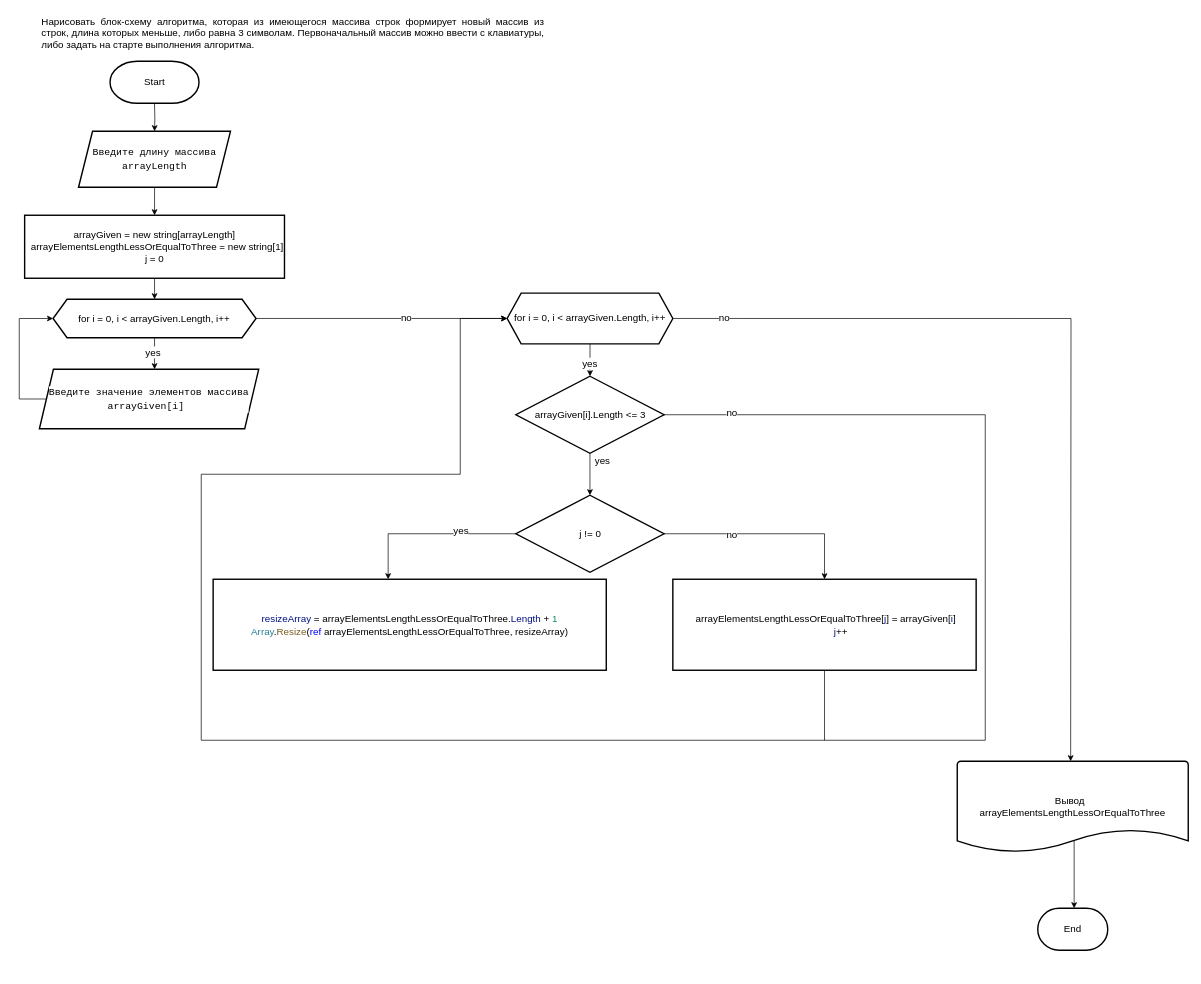
Yulia-Girduk/FinalProject_1 keeps this draw.io diagram as BlockDiagram.drawio. Above is the earlier version. Source tidied: cells renumbered, new cells numbered last; positions are measured from the earlier drawing's top-left corner, leaving out a move shared by most shapes. Both pictures are drawn from the tidied source at 70%, with x=0, y=0 at pixel (12, 12).
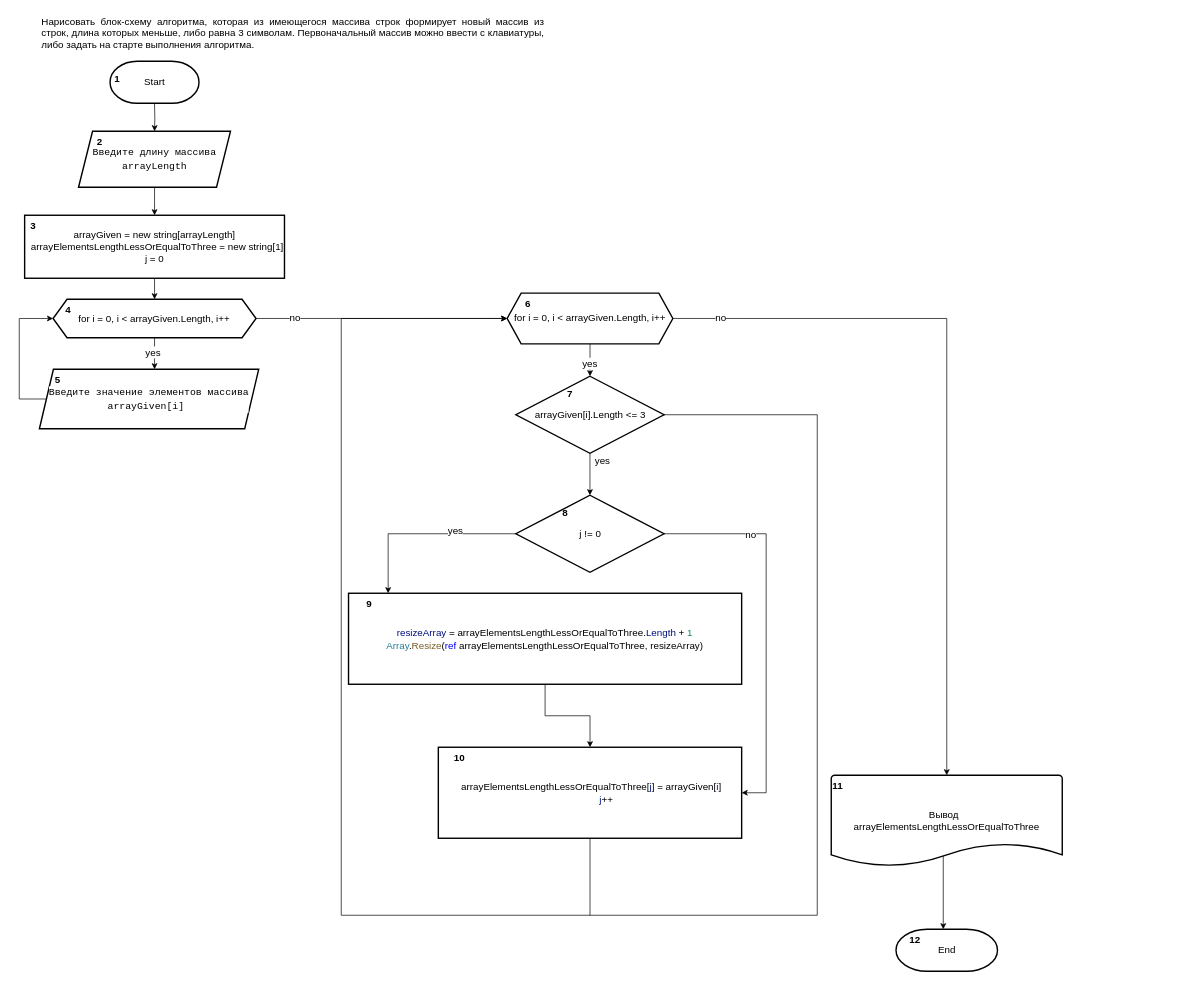
Above is the later version.

Unchanged cells that the change refers to:
```xml
<mxCell id="13" style="edgeStyle=orthogonalEdgeStyle;rounded=0;jettySize=auto;html=1;entryX=0;entryY=0.5;entryDx=0;entryDy=0;" parent="1" edge="1" source="15" target="22">
  <mxGeometry relative="1" as="geometry" />
</mxCell>
```

The edit, as a diff of the source:
```diff
@@
-    <mxCell id="6" value="&lt;font style=&quot;font-size: 14px;&quot;&gt;Start&lt;/font&gt;" style="strokeWidth=2;html=1;shape=mxgraph.flowchart.terminator;whiteSpace=wrap;" parent="1" vertex="1">
-      <mxGeometry x="139.7" y="70" width="127.1" height="60" as="geometry" />
-    </mxCell>
@@
-    <mxCell id="8" value="&lt;div style=&quot;border-color: var(--border-color); background-color: rgb(255, 255, 255); font-family: Consolas, &amp;quot;Courier New&amp;quot;, monospace; font-size: 14px; line-height: 19px;&quot;&gt;Введите длину массива&lt;/div&gt;&lt;div style=&quot;border-color: var(--border-color); background-color: rgb(255, 255, 255); font-family: Consolas, &amp;quot;Courier New&amp;quot;, monospace; font-size: 14px; line-height: 19px;&quot;&gt;arrayLength&lt;/div&gt;" style="shape=parallelogram;perimeter=parallelogramPerimeter;whiteSpace=wrap;html=1;fixedSize=1;strokeWidth=2;" parent="1" vertex="1">
-      <mxGeometry x="94.7" y="170" width="217.1" height="80" as="geometry" />
-    </mxCell>
@@
-    <mxCell id="10" value="&lt;font style=&quot;font-size: 14px;&quot;&gt;arrayGiven = new string[arrayLength]&lt;br&gt;&amp;nbsp;&amp;nbsp;arrayElementsLengthLessOrEqualToThree = new string[1]&lt;br&gt;j = 0&lt;br&gt;&lt;/font&gt;" style="rounded=0;whiteSpace=wrap;html=1;strokeWidth=2;" parent="1" vertex="1">
-      <mxGeometry x="17.7" y="290" width="371.2" height="90" as="geometry" />
-    </mxCell>
@@
     <mxCell id="14" value="&lt;font style=&quot;font-size: 14px;&quot;&gt;no&lt;/font&gt;" style="edgeLabel;html=1;align=center;verticalAlign=middle;" parent="13" vertex="1">
       <mxGeometry x="0.26" y="-1" relative="1" as="geometry">
-        <mxPoint x="-12" y="-2" as="offset" />
+        <mxPoint x="-171" y="-2" as="offset" />
       </mxGeometry>
     </mxCell>
-    <mxCell id="15" value="&lt;font style=&quot;font-size: 14px;&quot;&gt;for i = 0, i &amp;lt; arrayGiven.Length, i++&lt;/font&gt;" style="shape=hexagon;perimeter=hexagonPerimeter2;whiteSpace=wrap;html=1;fixedSize=1;strokeWidth=2;" parent="1" vertex="1">
-      <mxGeometry x="58.3" y="410" width="290" height="55" as="geometry" />
-    </mxCell>
@@
-    <mxCell id="17" value="&lt;div style=&quot;border-color: var(--border-color); background-color: rgb(255, 255, 255); font-family: Consolas, &amp;quot;Courier New&amp;quot;, monospace; font-size: 14px; line-height: 19px;&quot;&gt;Введите значение элементов массива&lt;/div&gt;&lt;div style=&quot;border-color: var(--border-color); background-color: rgb(255, 255, 255); font-family: Consolas, &amp;quot;Courier New&amp;quot;, monospace; font-size: 14px; line-height: 19px;&quot;&gt;arrayGiven[i]&amp;nbsp;&lt;br&gt;&lt;/div&gt;" style="shape=parallelogram;perimeter=parallelogramPerimeter;whiteSpace=wrap;html=1;fixedSize=1;strokeWidth=2;" parent="1" vertex="1">
-      <mxGeometry x="38.8" y="510" width="313.3" height="85" as="geometry" />
-    </mxCell>
@@
-    <mxCell id="20" style="edgeStyle=orthogonalEdgeStyle;rounded=0;jettySize=auto;html=1;exitX=1;exitY=0.5;exitDx=0;exitDy=0;" parent="1" edge="1" source="22">
+    <mxCell id="20" style="edgeStyle=orthogonalEdgeStyle;rounded=0;jettySize=auto;html=1;exitX=1;exitY=0.5;exitDx=0;exitDy=0;entryX=0.5;entryY=0;entryDx=0;entryDy=0;entryPerimeter=0;" parent="1" edge="1" source="22" target="37">
       <mxGeometry relative="1" as="geometry">
-        <mxPoint x="1512" y="1070" as="targetPoint" />
+        <Array as="points">
+          <mxPoint x="1335" y="438" />
+        </Array>
       </mxGeometry>
     </mxCell>
@@
-    <mxCell id="22" value="&lt;font style=&quot;font-size: 14px;&quot;&gt;for i = 0, i &amp;lt; arrayGiven.Length, i++&lt;/font&gt;" style="shape=hexagon;perimeter=hexagonPerimeter2;whiteSpace=wrap;html=1;fixedSize=1;strokeWidth=2;" parent="1" vertex="1">
-      <mxGeometry x="707" y="401.2" width="236.7" height="72.5" as="geometry" />
-    </mxCell>
@@
-    <mxCell id="25" value="&lt;font style=&quot;font-size: 14px;&quot;&gt;arrayGiven[i].Length&lt;span style=&quot;background-color: initial;&quot;&gt;&amp;nbsp;&amp;lt;= 3&lt;/span&gt;&lt;/font&gt;" style="rhombus;whiteSpace=wrap;html=1;strokeWidth=2;" parent="1" vertex="1">
-      <mxGeometry x="719.5" y="520" width="211.6" height="110" as="geometry" />
-    </mxCell>
@@
     <mxCell id="28" style="edgeStyle=orthogonalEdgeStyle;rounded=0;jettySize=auto;html=1;" parent="1" edge="1" source="30" target="33">
-      <mxGeometry relative="1" as="geometry" />
+      <mxGeometry relative="1" as="geometry">
+        <Array as="points">
+          <mxPoint x="1077" y="745" />
+        </Array>
+      </mxGeometry>
     </mxCell>
@@
+    <mxCell id="39" style="edgeStyle=orthogonalEdgeStyle;rounded=0;jettySize=auto;html=1;" parent="1" edge="1" source="31" target="33">
+      <mxGeometry relative="1" as="geometry" />
+    </mxCell>
+    <mxCell id="36" style="edgeStyle=orthogonalEdgeStyle;rounded=0;jettySize=auto;html=1;exitX=0.506;exitY=0.862;exitDx=0;exitDy=0;exitPerimeter=0;entryX=1;entryY=0;entryDx=0;entryDy=0;" parent="1" edge="1" source="37" target="63">
+      <mxGeometry relative="1" as="geometry">
+        <Array as="points">
+          <mxPoint x="1330" y="1202" />
+        </Array>
+      </mxGeometry>
+    </mxCell>
+    <mxCell id="40" style="group;" parent="1" vertex="1">
+      <mxGeometry x="608.7" y="1050" width="433.3" height="130" as="geometry" />
+    </mxCell>
+    <mxCell id="33" value="&lt;div style=&quot;background-color: rgb(255, 255, 255); font-size: 14px; line-height: 19px;&quot;&gt;&lt;div style=&quot;&quot;&gt;&amp;nbsp;arrayElementsLengthLessOrEqualToThree[&lt;span style=&quot;color: rgb(0, 16, 128);&quot;&gt;j&lt;/span&gt;] =&amp;nbsp;arrayGiven[&lt;span style=&quot;color: rgb(0, 16, 128);&quot;&gt;i&lt;/span&gt;]&lt;/div&gt;&lt;div style=&quot;&quot;&gt;&amp;nbsp; &amp;nbsp; &amp;nbsp; &amp;nbsp; &amp;nbsp; &amp;nbsp; &lt;span style=&quot;color: rgb(0, 16, 128);&quot;&gt;j&lt;/span&gt;++&lt;/div&gt;&lt;/div&gt;" style="whiteSpace=wrap;html=1;strokeWidth=2;" parent="40" vertex="1">
+      <mxGeometry width="433.3" height="130" as="geometry" />
+    </mxCell>
+    <mxCell id="41" value="&lt;font style=&quot;font-size: 14px;&quot;&gt;&lt;b&gt;10&lt;/b&gt;&lt;/font&gt;" style="text;html=1;strokeColor=none;fillColor=none;align=center;verticalAlign=middle;whiteSpace=wrap;rounded=0;" parent="40" vertex="1">
+      <mxGeometry width="60" height="30" as="geometry" />
+    </mxCell>
+    <mxCell id="42" style="group;" parent="1" vertex="1">
+      <mxGeometry x="480.4" y="830" width="561.6" height="130" as="geometry" />
+    </mxCell>
+    <mxCell id="31" value="&lt;div style=&quot;background-color: rgb(255, 255, 255); font-size: 14px; line-height: 19px;&quot;&gt;&lt;div style=&quot;&quot;&gt;&lt;span style=&quot;color: rgb(0, 16, 128);&quot;&gt;resizeArray&lt;/span&gt; =&amp;nbsp;arrayElementsLengthLessOrEqualToThree.&lt;span style=&quot;color: rgb(0, 16, 128);&quot;&gt;Length&lt;/span&gt; + &lt;span style=&quot;color: rgb(9, 134, 88);&quot;&gt;1&lt;/span&gt;&lt;/div&gt;&lt;div style=&quot;&quot;&gt;&lt;span style=&quot;color: rgb(38, 127, 153);&quot;&gt;Array&lt;/span&gt;.&lt;span style=&quot;color: rgb(121, 94, 38);&quot;&gt;Resize&lt;/span&gt;(&lt;span style=&quot;color: rgb(0, 0, 255);&quot;&gt;ref&lt;/span&gt;&amp;nbsp;arrayElementsLengthLessOrEqualToThree, resizeArray)&lt;/div&gt;&lt;/div&gt;" style="whiteSpace=wrap;html=1;strokeWidth=2;" parent="42" vertex="1">
+      <mxGeometry width="561.6" height="130" as="geometry" />
+    </mxCell>
+    <mxCell id="43" value="&lt;font style=&quot;font-size: 14px;&quot;&gt;&lt;b&gt;9&lt;/b&gt;&lt;/font&gt;" style="text;html=1;strokeColor=none;fillColor=none;align=center;verticalAlign=middle;whiteSpace=wrap;rounded=0;" parent="42" vertex="1">
+      <mxGeometry width="60" height="30" as="geometry" />
+    </mxCell>
+    <mxCell id="44" style="group;" parent="1" vertex="1">
+      <mxGeometry x="719.5" y="690" width="211.6" height="110" as="geometry" />
+    </mxCell>
-    <mxCell id="30" value="&lt;font style=&quot;font-size: 14px;&quot;&gt;j != 0&lt;/font&gt;" style="rhombus;whiteSpace=wrap;html=1;strokeWidth=2;" parent="1" vertex="1">
-      <mxGeometry x="719.5" y="690" width="211.6" height="110" as="geometry" />
+    <mxCell id="30" value="&lt;font style=&quot;font-size: 14px;&quot;&gt;j != 0&lt;/font&gt;" style="rhombus;whiteSpace=wrap;html=1;strokeWidth=2;" parent="44" vertex="1">
+      <mxGeometry width="211.6" height="110" as="geometry" />
     </mxCell>
-    <mxCell id="31" value="&lt;div style=&quot;background-color: rgb(255, 255, 255); font-size: 14px; line-height: 19px;&quot;&gt;&lt;div style=&quot;&quot;&gt;&lt;span style=&quot;color: rgb(0, 16, 128);&quot;&gt;resizeArray&lt;/span&gt; =&amp;nbsp;arrayElementsLengthLessOrEqualToThree.&lt;span style=&quot;color: rgb(0, 16, 128);&quot;&gt;Length&lt;/span&gt; + &lt;span style=&quot;color: rgb(9, 134, 88);&quot;&gt;1&lt;/span&gt;&lt;/div&gt;&lt;div style=&quot;&quot;&gt;&lt;span style=&quot;color: rgb(38, 127, 153);&quot;&gt;Array&lt;/span&gt;.&lt;span style=&quot;color: rgb(121, 94, 38);&quot;&gt;Resize&lt;/span&gt;(&lt;span style=&quot;color: rgb(0, 0, 255);&quot;&gt;ref&lt;/span&gt;&amp;nbsp;arrayElementsLengthLessOrEqualToThree, resizeArray)&lt;/div&gt;&lt;/div&gt;" style="whiteSpace=wrap;html=1;strokeWidth=2;" parent="1" vertex="1">
-      <mxGeometry x="287" y="810" width="561.6" height="130" as="geometry" />
-    </mxCell>
+    <mxCell id="45" value="&lt;font style=&quot;font-size: 14px;&quot;&gt;&lt;b&gt;8&lt;/b&gt;&lt;/font&gt;" style="text;html=1;strokeColor=none;fillColor=none;align=center;verticalAlign=middle;whiteSpace=wrap;rounded=0;" parent="44" vertex="1">
+      <mxGeometry x="40.5" y="10" width="60" height="30" as="geometry" />
+    </mxCell>
+    <mxCell id="46" style="group;" parent="1" vertex="1">
+      <mxGeometry x="719.5" y="520" width="211.6" height="110" as="geometry" />
+    </mxCell>
+    <mxCell id="25" value="&lt;font style=&quot;font-size: 14px;&quot;&gt;arrayGiven[i].Length&lt;span style=&quot;background-color: initial;&quot;&gt;&amp;nbsp;&amp;lt;= 3&lt;/span&gt;&lt;/font&gt;" style="rhombus;whiteSpace=wrap;html=1;strokeWidth=2;" parent="46" vertex="1">
+      <mxGeometry width="211.6" height="110" as="geometry" />
+    </mxCell>
+    <mxCell id="47" value="&lt;font style=&quot;font-size: 14px;&quot;&gt;&lt;b&gt;7&lt;/b&gt;&lt;/font&gt;" style="text;html=1;strokeColor=none;fillColor=none;align=center;verticalAlign=middle;whiteSpace=wrap;rounded=0;" parent="46" vertex="1">
+      <mxGeometry x="47.5" y="10" width="60" height="30" as="geometry" />
+    </mxCell>
+    <mxCell id="48" style="group;" parent="1" vertex="1">
+      <mxGeometry x="707" y="401.2" width="236.7" height="72.5" as="geometry" />
+    </mxCell>
+    <mxCell id="22" value="&lt;font style=&quot;font-size: 14px;&quot;&gt;for i = 0, i &amp;lt; arrayGiven.Length, i++&lt;/font&gt;" style="shape=hexagon;perimeter=hexagonPerimeter2;whiteSpace=wrap;html=1;fixedSize=1;strokeWidth=2;" parent="48" vertex="1">
+      <mxGeometry width="236.7" height="72.5" as="geometry" />
+    </mxCell>
+    <mxCell id="49" value="&lt;font style=&quot;font-size: 14px;&quot;&gt;&lt;b&gt;6&lt;/b&gt;&lt;/font&gt;" style="text;html=1;strokeColor=none;fillColor=none;align=center;verticalAlign=middle;whiteSpace=wrap;rounded=0;" parent="48" vertex="1">
+      <mxGeometry width="60" height="30" as="geometry" />
+    </mxCell>
     <mxCell id="32" style="edgeStyle=orthogonalEdgeStyle;rounded=0;jettySize=auto;html=1;entryX=0;entryY=0.5;entryDx=0;entryDy=0;" parent="1" edge="1" source="33" target="22">
       <mxGeometry relative="1" as="geometry">
         <Array as="points">
-          <mxPoint x="1160" y="1040" />
-          <mxPoint x="270" y="1040" />
-          <mxPoint x="270" y="660" />
-          <mxPoint x="640" y="660" />
-          <mxPoint x="640" y="438" />
+          <mxPoint x="825" y="1290" />
+          <mxPoint x="470" y="1290" />
+          <mxPoint x="470" y="438" />
         </Array>
       </mxGeometry>
     </mxCell>
-    <mxCell id="33" value="&lt;div style=&quot;background-color: rgb(255, 255, 255); font-size: 14px; line-height: 19px;&quot;&gt;&lt;div style=&quot;&quot;&gt;&amp;nbsp;arrayElementsLengthLessOrEqualToThree[&lt;span style=&quot;color: rgb(0, 16, 128);&quot;&gt;j&lt;/span&gt;] =&amp;nbsp;arrayGiven[&lt;span style=&quot;color: rgb(0, 16, 128);&quot;&gt;i&lt;/span&gt;]&lt;/div&gt;&lt;div style=&quot;&quot;&gt;&amp;nbsp; &amp;nbsp; &amp;nbsp; &amp;nbsp; &amp;nbsp; &amp;nbsp; &lt;span style=&quot;color: rgb(0, 16, 128);&quot;&gt;j&lt;/span&gt;++&lt;/div&gt;&lt;/div&gt;" style="whiteSpace=wrap;html=1;strokeWidth=2;" parent="1" vertex="1">
-      <mxGeometry x="943.7" y="810" width="433.3" height="130" as="geometry" />
-    </mxCell>
-    <mxCell id="34" style="endArrow=none;html=1;rounded=0;exitX=1;exitY=0.5;exitDx=0;exitDy=0;" parent="1" edge="1" source="25">
-      <mxGeometry relative="1" as="geometry">
-        <mxPoint x="1160" y="1040" as="targetPoint" />
-        <Array as="points">
-          <mxPoint x="1390" y="575" />
-          <mxPoint x="1390" y="1040" />
-        </Array>
-      </mxGeometry>
-    </mxCell>
-    <mxCell id="35" value="&lt;font style=&quot;font-size: 14px;&quot;&gt;no&lt;/font&gt;" style="edgeLabel;html=1;align=center;verticalAlign=middle;" parent="34" vertex="1">
-      <mxGeometry x="-0.52" y="-1" relative="1" as="geometry">
-        <mxPoint x="-181" y="-5" as="offset" />
-      </mxGeometry>
-    </mxCell>
-    <mxCell id="36" style="edgeStyle=orthogonalEdgeStyle;rounded=0;jettySize=auto;html=1;exitX=0.506;exitY=0.862;exitDx=0;exitDy=0;exitPerimeter=0;" parent="1" edge="1" source="37">
-      <mxGeometry relative="1" as="geometry">
-        <mxPoint x="1517" y="1280" as="targetPoint" />
-      </mxGeometry>
-    </mxCell>
+    <mxCell id="50" style="group;" parent="1" vertex="1">
+      <mxGeometry x="34.7" y="510" width="317.4" height="85" as="geometry" />
+    </mxCell>
+    <mxCell id="17" value="&lt;div style=&quot;border-color: var(--border-color); background-color: rgb(255, 255, 255); font-family: Consolas, &amp;quot;Courier New&amp;quot;, monospace; font-size: 14px; line-height: 19px;&quot;&gt;Введите значение элементов массива&lt;/div&gt;&lt;div style=&quot;border-color: var(--border-color); background-color: rgb(255, 255, 255); font-family: Consolas, &amp;quot;Courier New&amp;quot;, monospace; font-size: 14px; line-height: 19px;&quot;&gt;arrayGiven[i]&amp;nbsp;&lt;br&gt;&lt;/div&gt;" style="shape=parallelogram;perimeter=parallelogramPerimeter;whiteSpace=wrap;html=1;fixedSize=1;strokeWidth=2;" parent="50" vertex="1">
+      <mxGeometry x="4.1" width="313.3" height="85" as="geometry" />
+    </mxCell>
+    <mxCell id="51" value="&lt;font style=&quot;font-size: 14px;&quot;&gt;&lt;b&gt;5&lt;/b&gt;&lt;/font&gt;" style="text;html=1;strokeColor=none;fillColor=none;align=center;verticalAlign=middle;whiteSpace=wrap;rounded=0;" parent="50" vertex="1">
+      <mxGeometry width="60" height="30" as="geometry" />
+    </mxCell>
+    <mxCell id="52" style="group;" parent="1" vertex="1">
+      <mxGeometry x="50" y="410" width="298.3" height="55" as="geometry" />
+    </mxCell>
+    <mxCell id="15" value="&lt;font style=&quot;font-size: 14px;&quot;&gt;for i = 0, i &amp;lt; arrayGiven.Length, i++&lt;/font&gt;" style="shape=hexagon;perimeter=hexagonPerimeter2;whiteSpace=wrap;html=1;fixedSize=1;strokeWidth=2;" parent="52" vertex="1">
+      <mxGeometry x="8.3" width="290" height="55" as="geometry" />
+    </mxCell>
+    <mxCell id="53" value="&lt;font style=&quot;font-size: 14px;&quot;&gt;&lt;b&gt;4&lt;/b&gt;&lt;/font&gt;" style="text;html=1;strokeColor=none;fillColor=none;align=center;verticalAlign=middle;whiteSpace=wrap;rounded=0;" parent="52" vertex="1">
+      <mxGeometry width="60" height="30" as="geometry" />
+    </mxCell>
+    <mxCell id="54" style="group;" parent="1" vertex="1">
+      <mxGeometry y="290" width="388.9" height="90" as="geometry" />
+    </mxCell>
+    <mxCell id="10" value="&lt;font style=&quot;font-size: 14px;&quot;&gt;arrayGiven = new string[arrayLength]&lt;br&gt;&amp;nbsp;&amp;nbsp;arrayElementsLengthLessOrEqualToThree = new string[1]&lt;br&gt;j = 0&lt;br&gt;&lt;/font&gt;" style="rounded=0;whiteSpace=wrap;html=1;strokeWidth=2;" parent="54" vertex="1">
+      <mxGeometry x="17.7" width="371.2" height="90" as="geometry" />
+    </mxCell>
+    <mxCell id="55" value="&lt;font style=&quot;font-size: 14px;&quot;&gt;&lt;b&gt;3&lt;/b&gt;&lt;/font&gt;" style="text;html=1;strokeColor=none;fillColor=none;align=center;verticalAlign=middle;whiteSpace=wrap;rounded=0;" parent="54" vertex="1">
+      <mxGeometry width="60" height="30" as="geometry" />
+    </mxCell>
+    <mxCell id="56" style="group;" parent="1" vertex="1">
+      <mxGeometry x="94.7" y="170" width="217.1" height="80" as="geometry" />
+    </mxCell>
+    <mxCell id="8" value="&lt;div style=&quot;border-color: var(--border-color); background-color: rgb(255, 255, 255); font-family: Consolas, &amp;quot;Courier New&amp;quot;, monospace; font-size: 14px; line-height: 19px;&quot;&gt;Введите длину массива&lt;/div&gt;&lt;div style=&quot;border-color: var(--border-color); background-color: rgb(255, 255, 255); font-family: Consolas, &amp;quot;Courier New&amp;quot;, monospace; font-size: 14px; line-height: 19px;&quot;&gt;arrayLength&lt;/div&gt;" style="shape=parallelogram;perimeter=parallelogramPerimeter;whiteSpace=wrap;html=1;fixedSize=1;strokeWidth=2;" parent="56" vertex="1">
+      <mxGeometry width="217.1" height="80" as="geometry" />
+    </mxCell>
+    <mxCell id="57" value="&lt;font style=&quot;font-size: 14px;&quot;&gt;&lt;b&gt;2&lt;/b&gt;&lt;/font&gt;" style="text;html=1;strokeColor=none;fillColor=none;align=center;verticalAlign=middle;whiteSpace=wrap;rounded=0;" parent="56" vertex="1">
+      <mxGeometry width="60" height="30" as="geometry" />
+    </mxCell>
+    <mxCell id="58" style="group;" parent="1" vertex="1">
+      <mxGeometry x="120" y="70" width="146.8" height="60" as="geometry" />
+    </mxCell>
+    <mxCell id="6" value="&lt;font style=&quot;font-size: 14px;&quot;&gt;Start&lt;/font&gt;" style="strokeWidth=2;html=1;shape=mxgraph.flowchart.terminator;whiteSpace=wrap;" parent="58" vertex="1">
+      <mxGeometry x="19.7" width="127.1" height="60" as="geometry" />
+    </mxCell>
+    <mxCell id="59" value="&lt;font style=&quot;font-size: 14px;&quot;&gt;&lt;b&gt;1&lt;/b&gt;&lt;/font&gt;" style="text;html=1;strokeColor=none;fillColor=none;align=center;verticalAlign=middle;whiteSpace=wrap;rounded=0;" parent="58" vertex="1">
+      <mxGeometry y="10" width="60" height="30" as="geometry" />
+    </mxCell>
+    <mxCell id="60" style="group;" parent="1" vertex="1">
+      <mxGeometry x="1170" y="1090" width="330" height="130" as="geometry" />
+    </mxCell>
-    <mxCell id="37" value="&lt;font style=&quot;font-size: 14px;&quot;&gt;Вывод&amp;nbsp;&amp;nbsp;&lt;br&gt;arrayElementsLengthLessOrEqualToThree&lt;/font&gt;" style="strokeWidth=2;html=1;shape=mxgraph.flowchart.document2;whiteSpace=wrap;size=0.25;" parent="1" vertex="1">
-      <mxGeometry x="1350" y="1070" width="330" height="130" as="geometry" />
+    <mxCell id="37" value="&lt;font style=&quot;font-size: 14px;&quot;&gt;Вывод&amp;nbsp;&amp;nbsp;&lt;br&gt;arrayElementsLengthLessOrEqualToThree&lt;/font&gt;" style="strokeWidth=2;html=1;shape=mxgraph.flowchart.document2;whiteSpace=wrap;size=0.25;" parent="60" vertex="1">
+      <mxGeometry width="330" height="130" as="geometry" />
     </mxCell>
+    <mxCell id="61" value="&lt;b style=&quot;border-color: var(--border-color); color: rgb(0, 0, 0); font-family: Helvetica; font-size: 14px; font-style: normal; font-variant-ligatures: normal; font-variant-caps: normal; letter-spacing: normal; orphans: 2; text-align: center; text-indent: 0px; text-transform: none; widows: 2; word-spacing: 0px; -webkit-text-stroke-width: 0px; background-color: rgb(251, 251, 251); text-decoration-thickness: initial; text-decoration-style: initial; text-decoration-color: initial;&quot;&gt;11&lt;/b&gt;" style="text;whiteSpace=wrap;html=1;" parent="60" vertex="1">
+      <mxGeometry width="50" height="40" as="geometry" />
+    </mxCell>
+    <mxCell id="62" style="group;" parent="1" vertex="1">
+      <mxGeometry x="1262.5" y="1310" width="145" height="60" as="geometry" />
+    </mxCell>
-    <mxCell id="38" value="&lt;font style=&quot;font-size: 14px;&quot;&gt;End&lt;/font&gt;" style="strokeWidth=2;html=1;shape=mxgraph.flowchart.terminator;whiteSpace=wrap;" parent="1" vertex="1">
-      <mxGeometry x="1465" y="1280" width="100" height="60" as="geometry" />
+    <mxCell id="38" value="&lt;font style=&quot;font-size: 14px;&quot;&gt;End&lt;/font&gt;" style="strokeWidth=2;html=1;shape=mxgraph.flowchart.terminator;whiteSpace=wrap;" parent="62" vertex="1">
+      <mxGeometry width="145" height="60" as="geometry" />
     </mxCell>
+    <mxCell id="63" value="&lt;b style=&quot;border-color: var(--border-color); color: rgb(0, 0, 0); font-family: Helvetica; font-size: 14px; font-style: normal; font-variant-ligatures: normal; font-variant-caps: normal; letter-spacing: normal; orphans: 2; text-align: center; text-indent: 0px; text-transform: none; widows: 2; word-spacing: 0px; -webkit-text-stroke-width: 0px; background-color: rgb(251, 251, 251); text-decoration-thickness: initial; text-decoration-style: initial; text-decoration-color: initial;&quot;&gt;12&lt;/b&gt;" style="text;whiteSpace=wrap;html=1;" parent="62" vertex="1">
+      <mxGeometry x="17.5" width="50" height="40" as="geometry" />
+    </mxCell>
+    <mxCell id="64" style="endArrow=none;html=1;rounded=0;exitX=1;exitY=0.5;exitDx=0;exitDy=0;" parent="1" edge="1" source="25">
+      <mxGeometry relative="1" as="geometry">
+        <mxPoint x="825" y="1290" as="targetPoint" />
+        <Array as="points">
+          <mxPoint x="1150" y="575" />
+          <mxPoint x="1150" y="1290" />
+        </Array>
+      </mxGeometry>
+    </mxCell>
```
